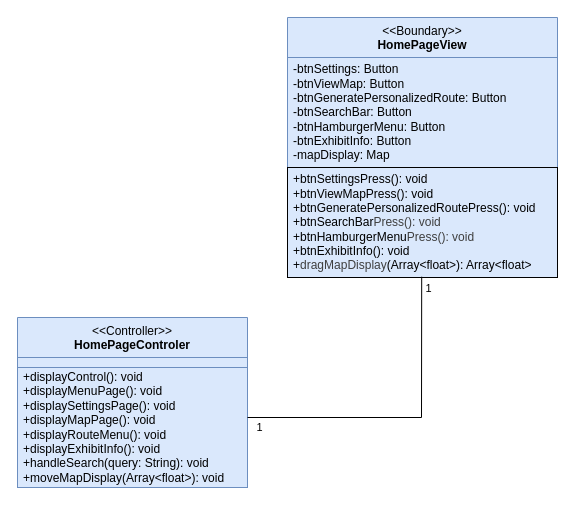
gsklaven/MusePath keeps this draw.io diagram as Class Diagrams/Home Page.drawio. Above is the earlier version. Source tidied: cells renumbered, new cells numbered last; positions are measured from the earlier drawing's top-left corner, leaving out a move shared by most shapes. Both pictures are drawn from the tidied source at 100%, with x=0, y=0 at pixel (17, 17).
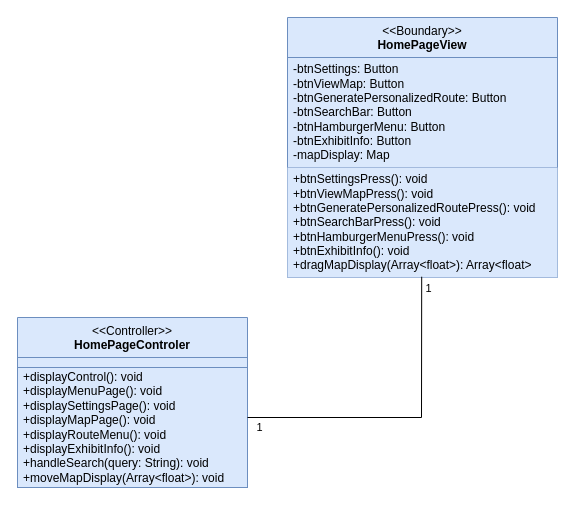
The same diagram, later.

The edit, as a diff of the source:
```diff
@@
 <mxGraphModel>
   <root>
     <mxCell id="0" />
     <mxCell id="1" parent="0" />
     <mxCell id="2" value="&amp;lt;&amp;lt;Boundary&amp;gt;&amp;gt;&lt;br&gt;&lt;b&gt;HomePageView&lt;/b&gt;" style="swimlane;fontStyle=0;align=center;verticalAlign=top;horizontal=1;startSize=40;html=1;whiteSpace=wrap;fillColor=#dae8fc;strokeColor=#6c8ebf;swimlaneFillColor=none;gradientColor=none;fillStyle=auto;" parent="1" vertex="1">
       <mxGeometry x="270" width="270" height="260" as="geometry" />
     </mxCell>
-    <mxCell id="3" value="-btnSettings: Button&lt;div&gt;-btnViewMap: Button&lt;/div&gt;&lt;div&gt;-btnGeneratePersonalizedRoute: Button&lt;/div&gt;&lt;div&gt;-btnSearchBar: Button&lt;/div&gt;&lt;div&gt;-btnHamburgerMenu: Button&lt;/div&gt;&lt;div&gt;-btnExhibitInfo: Button&lt;/div&gt;&lt;div&gt;-mapDisplay: Map&lt;/div&gt;" style="text;html=1;strokeColor=#6c8ebf;fillColor=#dae8fc;align=left;verticalAlign=middle;spacingLeft=4;spacingRight=4;overflow=hidden;whiteSpace=wrap;swimlaneFillColor=none;gradientColor=none;fillStyle=auto;" parent="2" vertex="1">
+    <mxCell id="3" value="&lt;font style=&quot;color: rgb(0, 0, 0);&quot;&gt;-btnSettings: Button&lt;/font&gt;&lt;div&gt;&lt;font style=&quot;color: rgb(0, 0, 0);&quot;&gt;-btnViewMap: Button&lt;/font&gt;&lt;/div&gt;&lt;div&gt;&lt;font style=&quot;color: rgb(0, 0, 0);&quot;&gt;-btnGeneratePersonalizedRoute: Button&lt;/font&gt;&lt;/div&gt;&lt;div&gt;&lt;font style=&quot;color: rgb(0, 0, 0);&quot;&gt;-btnSearchBar: Button&lt;/font&gt;&lt;/div&gt;&lt;div&gt;&lt;font style=&quot;color: rgb(0, 0, 0);&quot;&gt;-btnHamburgerMenu: Button&lt;/font&gt;&lt;/div&gt;&lt;div&gt;&lt;font style=&quot;color: rgb(0, 0, 0);&quot;&gt;-btnExhibitInfo: Button&lt;/font&gt;&lt;/div&gt;&lt;div&gt;&lt;font style=&quot;color: rgb(0, 0, 0);&quot;&gt;-mapDisplay: Map&lt;/font&gt;&lt;/div&gt;" style="text;html=1;strokeColor=#6c8ebf;fillColor=#dae8fc;align=left;verticalAlign=middle;spacingLeft=4;spacingRight=4;overflow=hidden;whiteSpace=wrap;swimlaneFillColor=none;gradientColor=none;fillStyle=auto;" parent="2" vertex="1">
       <mxGeometry y="40" width="270" height="110" as="geometry" />
     </mxCell>
-    <mxCell id="4" value="&lt;span&gt;&lt;font style=&quot;color: rgb(0, 0, 0);&quot;&gt;+btnSettingsPress(): void&lt;/font&gt;&lt;/span&gt;&lt;div&gt;&lt;font style=&quot;color: rgb(0, 0, 0);&quot;&gt;+btnViewMapPress(): void&lt;/font&gt;&lt;/div&gt;&lt;div&gt;&lt;font style=&quot;color: rgb(0, 0, 0);&quot;&gt;+btnGeneratePersonalizedRoutePress(): void&lt;/font&gt;&lt;/div&gt;&lt;div&gt;&lt;font style=&quot;color: rgb(0, 0, 0);&quot;&gt;+btnSearchBar&lt;span style=&quot;background-color: transparent; color: rgb(63, 63, 63);&quot;&gt;Press(): void&lt;/span&gt;&lt;/font&gt;&lt;/div&gt;&lt;div&gt;&lt;font style=&quot;color: rgb(0, 0, 0);&quot;&gt;+btnHamburgerMenu&lt;span style=&quot;background-color: transparent; color: rgb(63, 63, 63);&quot;&gt;Press(): void&lt;/span&gt;&lt;/font&gt;&lt;/div&gt;&lt;div&gt;&lt;span style=&quot;background-color: transparent; color: rgb(63, 63, 63);&quot;&gt;&lt;font style=&quot;color: rgb(0, 0, 0);&quot;&gt;+btnExhibitInfo(): void&lt;/font&gt;&lt;/span&gt;&lt;/div&gt;&lt;div&gt;&lt;font style=&quot;color: rgb(0, 0, 0);&quot;&gt;&lt;span style=&quot;background-color: transparent; box-shadow: none !important;&quot;&gt;+&lt;/span&gt;&lt;span style=&quot;background-color: transparent; box-shadow: none !important; color: rgb(63, 63, 63);&quot;&gt;&lt;font&gt;dragMapDisplay&lt;/font&gt;&lt;/span&gt;&lt;span style=&quot;background-color: transparent; box-shadow: none !important;&quot;&gt;(&lt;/span&gt;&lt;span style=&quot;background-color: transparent; box-shadow: none !important;&quot;&gt;Array&amp;lt;float&amp;gt;&lt;/span&gt;&lt;span style=&quot;background-color: transparent; box-shadow: none !important;&quot;&gt;): Array&amp;lt;float&amp;gt;&lt;/span&gt;&lt;/font&gt;&lt;/div&gt;" style="text;html=1;strokeColor=#000000;fillColor=#dae8fc;align=left;verticalAlign=middle;spacingLeft=4;spacingRight=4;overflow=hidden;points=[[0,0.5],[1,0.5]];portConstraint=eastwest;whiteSpace=wrap;swimlaneFillColor=none;gradientColor=none;fillStyle=auto;" parent="2" vertex="1">
+    <mxCell id="4" value="&lt;span&gt;&lt;font style=&quot;color: rgb(0, 0, 0);&quot;&gt;+btnSettingsPress(): void&lt;/font&gt;&lt;/span&gt;&lt;div&gt;&lt;font style=&quot;color: rgb(0, 0, 0);&quot;&gt;+btnViewMapPress(): void&lt;/font&gt;&lt;/div&gt;&lt;div&gt;&lt;font style=&quot;color: rgb(0, 0, 0);&quot;&gt;+btnGeneratePersonalizedRoutePress(): void&lt;/font&gt;&lt;/div&gt;&lt;div&gt;&lt;font style=&quot;color: rgb(0, 0, 0);&quot;&gt;+btnSearchBar&lt;span style=&quot;background-color: transparent;&quot;&gt;Press(): void&lt;/span&gt;&lt;/font&gt;&lt;/div&gt;&lt;div&gt;&lt;font style=&quot;color: rgb(0, 0, 0);&quot;&gt;+btnHamburgerMenu&lt;span style=&quot;background-color: transparent;&quot;&gt;Press(): void&lt;/span&gt;&lt;/font&gt;&lt;/div&gt;&lt;div&gt;&lt;span style=&quot;background-color: transparent;&quot;&gt;&lt;font style=&quot;color: rgb(0, 0, 0);&quot;&gt;+btnExhibitInfo(): void&lt;/font&gt;&lt;/span&gt;&lt;/div&gt;&lt;div&gt;&lt;font style=&quot;color: rgb(0, 0, 0);&quot;&gt;&lt;span style=&quot;background-color: transparent; box-shadow: none !important;&quot;&gt;+&lt;/span&gt;&lt;span style=&quot;background-color: transparent; box-shadow: none !important;&quot;&gt;&lt;font&gt;dragMapDisplay&lt;/font&gt;&lt;/span&gt;&lt;span style=&quot;background-color: transparent; box-shadow: none !important;&quot;&gt;(&lt;/span&gt;&lt;span style=&quot;background-color: transparent; box-shadow: none !important;&quot;&gt;Array&amp;lt;float&amp;gt;&lt;/span&gt;&lt;span style=&quot;background-color: transparent; box-shadow: none !important;&quot;&gt;): Array&amp;lt;float&amp;gt;&lt;/span&gt;&lt;/font&gt;&lt;/div&gt;" style="text;html=1;strokeColor=none;fillColor=#dae8fc;align=left;verticalAlign=middle;spacingLeft=4;spacingRight=4;overflow=hidden;points=[[0,0.5],[1,0.5]];portConstraint=eastwest;whiteSpace=wrap;swimlaneFillColor=none;gradientColor=none;fillStyle=auto;" parent="2" vertex="1">
       <mxGeometry y="150" width="270" height="110" as="geometry" />
     </mxCell>
     <mxCell id="5" value="&lt;font style=&quot;color: rgb(0, 0, 0);&quot;&gt;&amp;lt;&amp;lt;Controller&amp;gt;&amp;gt;&lt;br&gt;&lt;b&gt;HomePageControler&lt;/b&gt;&lt;/font&gt;" style="swimlane;fontStyle=0;align=center;verticalAlign=top;horizontal=1;startSize=40;html=1;whiteSpace=wrap;fillColor=#dae8fc;strokeColor=#6c8ebf;swimlaneFillColor=none;gradientColor=none;fillStyle=auto;" parent="1" vertex="1">
       <mxGeometry y="300" width="230" height="170" as="geometry" />
     </mxCell>
     <mxCell id="6" style="text;html=1;strokeColor=#6c8ebf;fillColor=#dae8fc;align=left;verticalAlign=middle;spacingLeft=4;spacingRight=4;overflow=hidden;whiteSpace=wrap;swimlaneFillColor=none;gradientColor=none;fillStyle=auto;" parent="5" vertex="1">
       <mxGeometry y="40" width="230" height="10" as="geometry" />
     </mxCell>
     <mxCell id="7" value="&lt;div&gt;&lt;font style=&quot;color: rgb(0, 0, 0);&quot;&gt;+displayControl(): void&lt;/font&gt;&lt;/div&gt;&lt;font style=&quot;color: rgb(0, 0, 0);&quot;&gt;+displayMenuPage(): void&lt;/font&gt;&lt;div&gt;&lt;font style=&quot;color: rgb(0, 0, 0);&quot;&gt;+displaySettingsPage(): void&lt;/font&gt;&lt;/div&gt;&lt;div&gt;&lt;font style=&quot;color: rgb(0, 0, 0);&quot;&gt;+displayMapPage(): void&lt;/font&gt;&lt;/div&gt;&lt;div&gt;&lt;font style=&quot;color: rgb(0, 0, 0);&quot;&gt;+displayRouteMenu(): void&lt;/font&gt;&lt;/div&gt;&lt;div&gt;&lt;font style=&quot;color: rgb(0, 0, 0);&quot;&gt;+displayExhibitInfo(): void&lt;/font&gt;&lt;/div&gt;&lt;div&gt;&lt;font style=&quot;color: rgb(0, 0, 0);&quot;&gt;+handleSearch(query: String): void&lt;/font&gt;&lt;/div&gt;&lt;div&gt;&lt;font style=&quot;color: rgb(0, 0, 0);&quot;&gt;+moveMapDisplay(Array&amp;lt;float&amp;gt;): void&lt;/font&gt;&lt;/div&gt;" style="text;html=1;strokeColor=#6c8ebf;fillColor=#dae8fc;align=left;verticalAlign=middle;spacingLeft=4;spacingRight=4;overflow=hidden;whiteSpace=wrap;swimlaneFillColor=none;gradientColor=none;fillStyle=auto;" parent="5" vertex="1">
       <mxGeometry y="50" width="230" height="120" as="geometry" />
     </mxCell>
     <mxCell id="8" style="endArrow=none;startArrow=none;endFill=0;startFill=0;endSize=8;html=1;verticalAlign=bottom;labelBackgroundColor=none;strokeWidth=1;entryX=0.497;entryY=0.993;entryDx=0;entryDy=0;entryPerimeter=0;strokeColor=default;rounded=0;curved=0;" parent="1" edge="1" target="4">
       <mxGeometry relative="1" as="geometry">
         <mxPoint x="230" y="400" as="sourcePoint" />
         <Array as="points">
           <mxPoint x="404" y="400" />
         </Array>
       </mxGeometry>
     </mxCell>
     <mxCell id="9" value="1" style="edgeLabel;html=1;align=center;verticalAlign=middle;" parent="8" vertex="1">
       <mxGeometry x="0.93" y="-1" relative="1" as="geometry">
         <mxPoint x="5" as="offset" />
       </mxGeometry>
     </mxCell>
     <mxCell id="10" value="1" style="edgeLabel;html=1;align=center;verticalAlign=middle;" parent="1" vertex="1">
       <mxGeometry x="420.2" y="281.2" as="geometry">
         <mxPoint x="-179" y="128" as="offset" />
       </mxGeometry>
     </mxCell>
   </root>
 </mxGraphModel>
```
